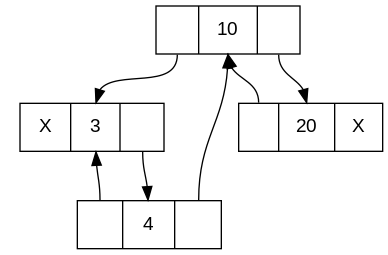
radwanCS/Data-Structure-Visualization-with-Graphviz keeps this Graphviz diagram as diagram.png. Above is the earlier version. Its source is kept beside it as diagram.dot. Its diagram source:
```dot
digraph LTBT{
	node [fontname="Arial", shape=record, height=0.5, width=1.5];
	10 [label="<left> |<data> 10 |<right> "];
	3 [label="<left> X|<data> 3 |<right> "];
	20 [label="<left> |<data> 20 |<right> X"];
	4 [label="<left> |<data> 4 |<right> "];
	10 [label="<left> |<data> 10 |<right> "];
	NULL1 [shape=point style=invis];
	3:left -> NULL1 [style=invis];
	3:right -> 4:data;
	4:left -> 3:data;
	4:right -> 10:data;
	10:left -> 3:data;
	10:right -> 20:data;
	20:left -> 10:data;
	NULL2 [shape=point style=invis];
	20:right -> NULL2 [style=invis];
}
```
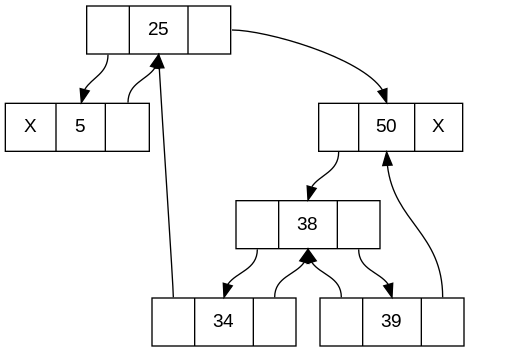
The same file after the commit.

Change to the diagram source:
```diff
@@ -1,18 +1,26 @@
 digraph LTBT{
 	node [fontname="Arial", shape=record, height=0.5, width=1.5];
-	10 [label="<left> |<data> 10 |<right> "];
-	3 [label="<left> X|<data> 3 |<right> "];
-	20 [label="<left> |<data> 20 |<right> X"];
-	4 [label="<left> |<data> 4 |<right> "];
-	10 [label="<left> |<data> 10 |<right> "];
+	25 [label="<left> |<data> 25 |<right> "];
+	5 [label="<left> X|<data> 5 |<right> "];
+	50 [label="<left> |<data> 50 |<right> X"];
+	25 [label="<left> |<data> 25 |<right> "];
+	38 [label="<left> |<data> 38 |<right> "];
+	5 [label="<left> X|<data> 5 |<right> "];
+	50 [label="<left> |<data> 50 |<right> X"];
+	34 [label="<left> |<data> 34 |<right> "];
+	39 [label="<left> |<data> 39 |<right> "];
 	NULL1 [shape=point style=invis];
-	3:left -> NULL1 [style=invis];
-	3:right -> 4:data;
-	4:left -> 3:data;
-	4:right -> 10:data;
-	10:left -> 3:data;
-	10:right -> 20:data;
-	20:left -> 10:data;
+	5:left -> NULL1 [style=invis];
+	5:right -> 25:data;
+	25:left -> 5:data;
+	25:right -> 50:data;
+	34:left -> 25:data;
+	34:right -> 38:data;
+	38:left -> 34:data;
+	38:right -> 39:data;
+	39:left -> 38:data;
+	39:right -> 50:data;
+	50:left -> 38:data;
 	NULL2 [shape=point style=invis];
-	20:right -> NULL2 [style=invis];
+	50:right -> NULL2 [style=invis];
 }
```
